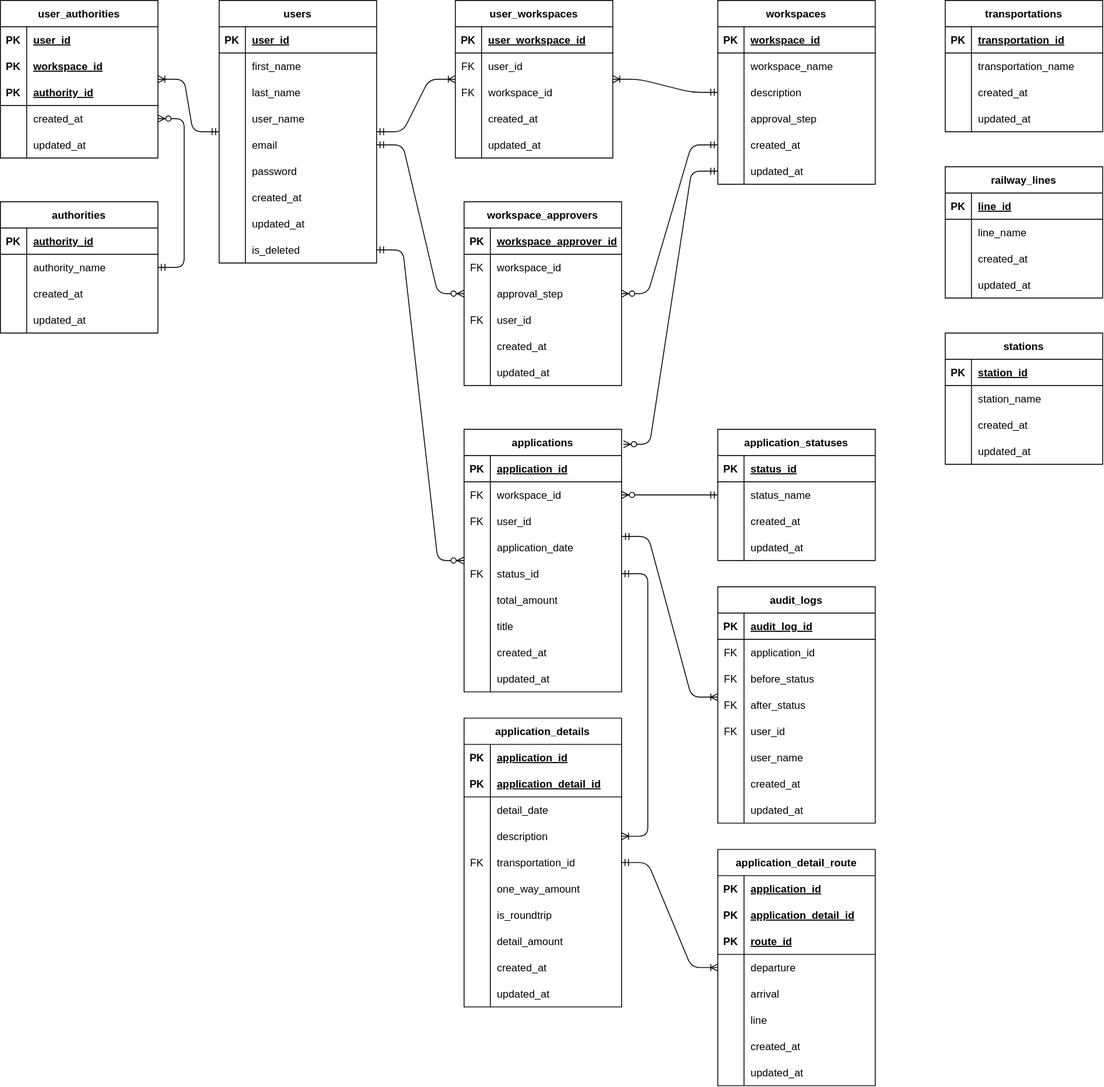
This is docs/ER図.drawio.svg from oolongtarou/transportation-expenses, a draw.io export, as it was before one commit. Source tidied: cells renumbered, new cells last; positions are measured from the earlier drawing's top-left corner, leaving out a move shared by most shapes.
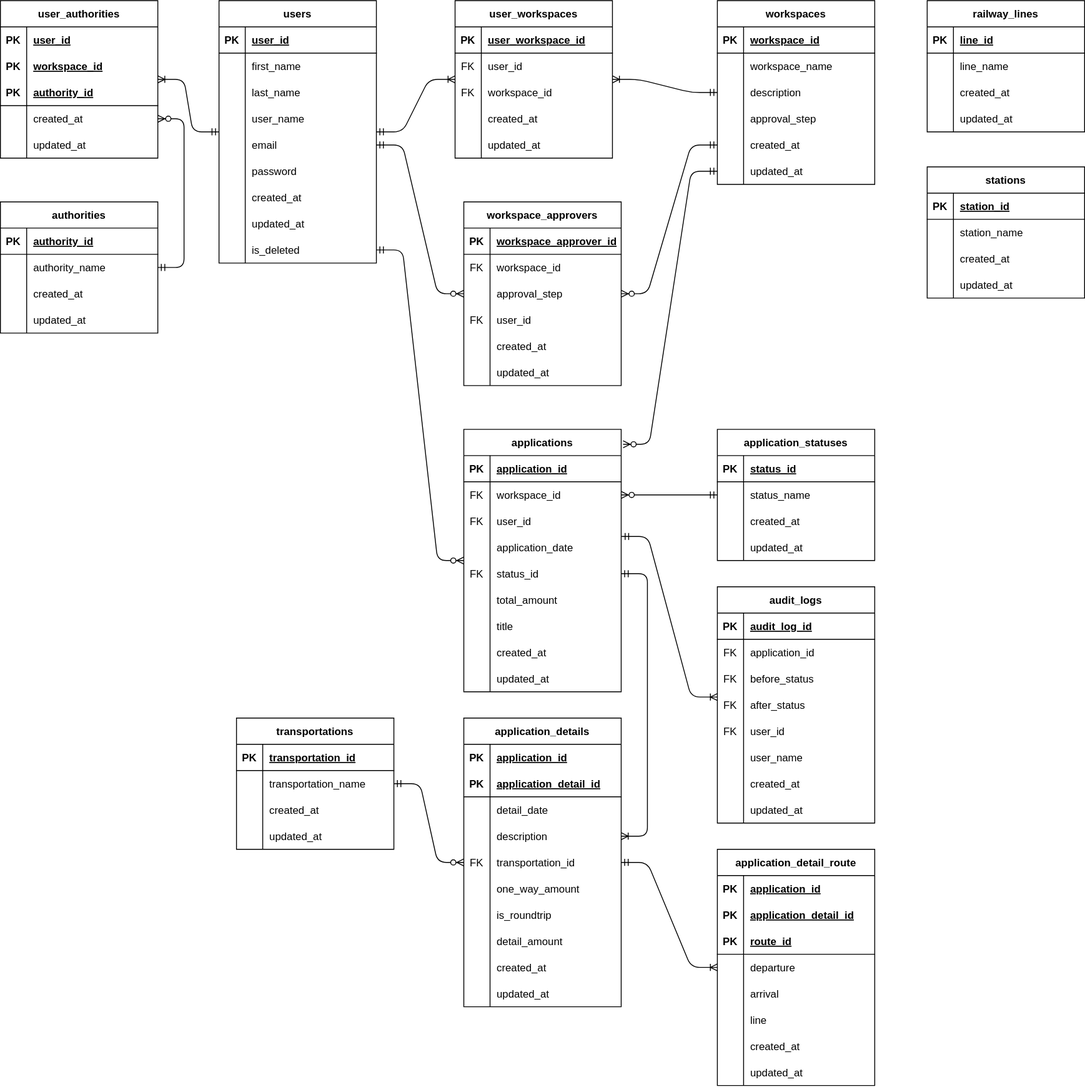
The same diagram one commit later.

Commit message:
docs: ER図を修正した。

Change to the diagram source:
```diff
@@ -183,7 +183,7 @@
       <mxGeometry x="30" width="150" height="30" as="geometry" />
     </mxCell>
     <mxCell id="62" value="transportations" style="shape=table;startSize=30;rowLines=0;fontStyle=1;align=center;" parent="1" vertex="1">
-      <mxGeometry x="1080" width="180" height="150" as="geometry" />
+      <mxGeometry x="270" y="820" width="180" height="150" as="geometry" />
     </mxCell>
     <mxCell id="63" style="shape=tableRow;horizontal=0;startSize=0;swimlaneHead=0;swimlaneBody=0;fillColor=none;top=0;left=0;right=0;bottom=1;" parent="62" vertex="1">
       <mxGeometry y="30" width="180" height="30" as="geometry" />
@@ -309,7 +309,7 @@
       <mxGeometry x="30" width="150" height="30" as="geometry" />
     </mxCell>
     <mxCell id="104" value="stations" style="shape=table;startSize=30;rowLines=0;fontStyle=1;align=center;" parent="1" vertex="1">
-      <mxGeometry x="1080" y="380" width="180" height="150" as="geometry" />
+      <mxGeometry x="1060" y="190" width="180" height="150" as="geometry" />
     </mxCell>
     <mxCell id="105" style="shape=tableRow;horizontal=0;startSize=0;swimlaneHead=0;swimlaneBody=0;fillColor=none;top=0;left=0;right=0;bottom=1;" parent="104" vertex="1">
       <mxGeometry y="30" width="180" height="30" as="geometry" />
@@ -348,7 +348,7 @@
       <mxGeometry x="30" width="150" height="30" as="geometry" />
     </mxCell>
     <mxCell id="117" value="railway_lines" style="shape=table;startSize=30;rowLines=0;fontStyle=1;align=center;" parent="1" vertex="1">
-      <mxGeometry x="1080" y="190" width="180" height="150" as="geometry" />
+      <mxGeometry x="1060" width="180" height="150" as="geometry" />
     </mxCell>
     <mxCell id="118" style="shape=tableRow;horizontal=0;startSize=0;swimlaneHead=0;swimlaneBody=0;fillColor=none;top=0;left=0;right=0;bottom=1;" parent="117" vertex="1">
       <mxGeometry y="30" width="180" height="30" as="geometry" />
@@ -854,5 +854,8 @@
     <mxCell id="285" style="edgeStyle=entityRelationEdgeStyle;fontSize=12;html=1;endArrow=ERzeroToMany;startArrow=ERmandOne;exitX=1;exitY=0.5;exitDx=0;exitDy=0;" parent="1" edge="1" source="27" target="146">
       <mxGeometry relative="1" as="geometry" />
     </mxCell>
+    <mxCell id="286" style="edgeStyle=entityRelationEdgeStyle;fontSize=12;html=1;endArrow=ERzeroToMany;startArrow=ERmandOne;" parent="1" edge="1" source="62" target="174">
+      <mxGeometry relative="1" as="geometry" />
+    </mxCell>
   </root>
 </mxGraphModel>
```
